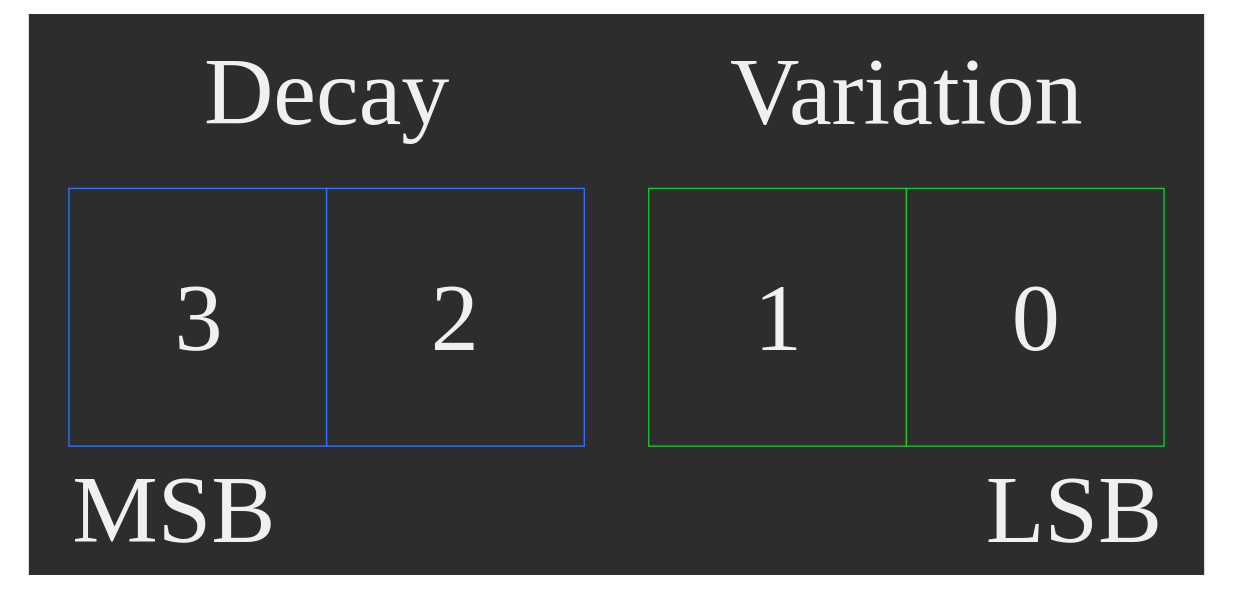
The draw.io diagram docs/leaf_metadata.svg in basdxz/LeafCulling, before a commit. Source tidied: cells renumbered, new cells last; positions are measured from the earlier drawing's top-left corner, leaving out a move shared by most shapes.
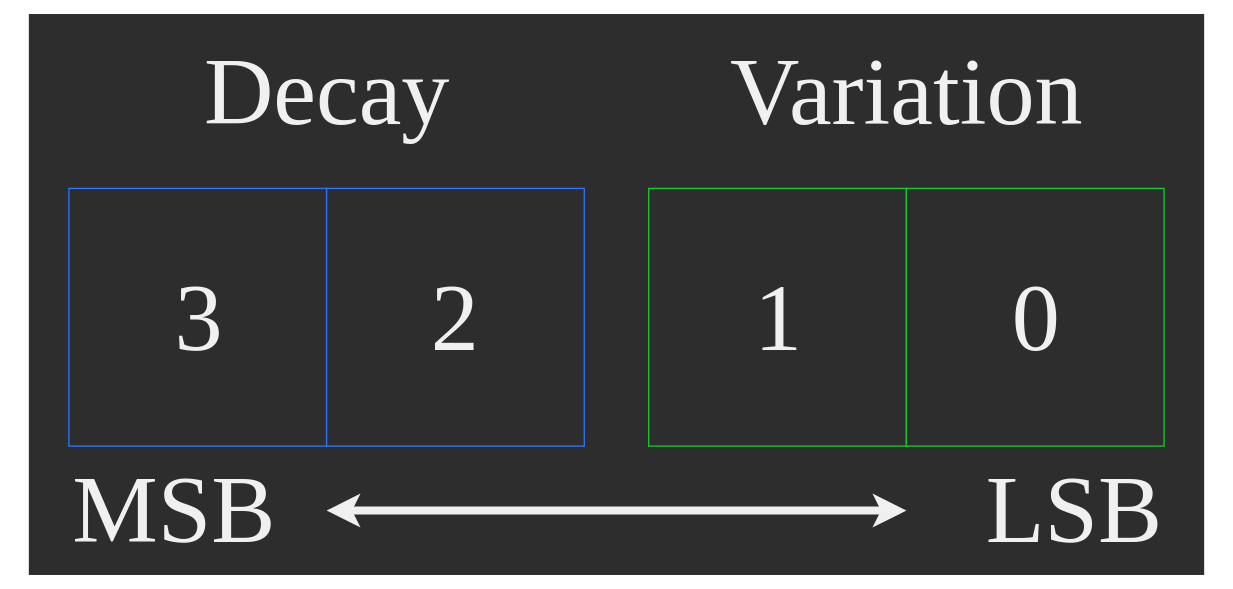
The same diagram one commit later.

Diff of the diagram source:
```diff
@@ -29,5 +29,8 @@
     <mxCell id="10" value="Decay" style="text;html=1;strokeColor=none;fillColor=none;align=center;verticalAlign=middle;whiteSpace=wrap;rounded=0;fontFamily=EXO2;fontSource=https%3A%2F%2Ffonts.googleapis.com%2Fcss%3Ffamily%3DEXO2;fontSize=72;fontColor=#F0F0F0;" parent="1" vertex="1">
       <mxGeometry x="126.5" y="10" width="192.9" height="96.5" as="geometry" />
     </mxCell>
+    <mxCell id="11" style="endArrow=classic;startArrow=classic;html=1;entryX=0;entryY=0.5;entryDx=0;entryDy=0;exitX=1;exitY=0.5;exitDx=0;exitDy=0;strokeWidth=6;" parent="1" edge="1" source="4" target="5">
+      <mxGeometry relative="1" as="geometry" />
+    </mxCell>
   </root>
 </mxGraphModel>
```
